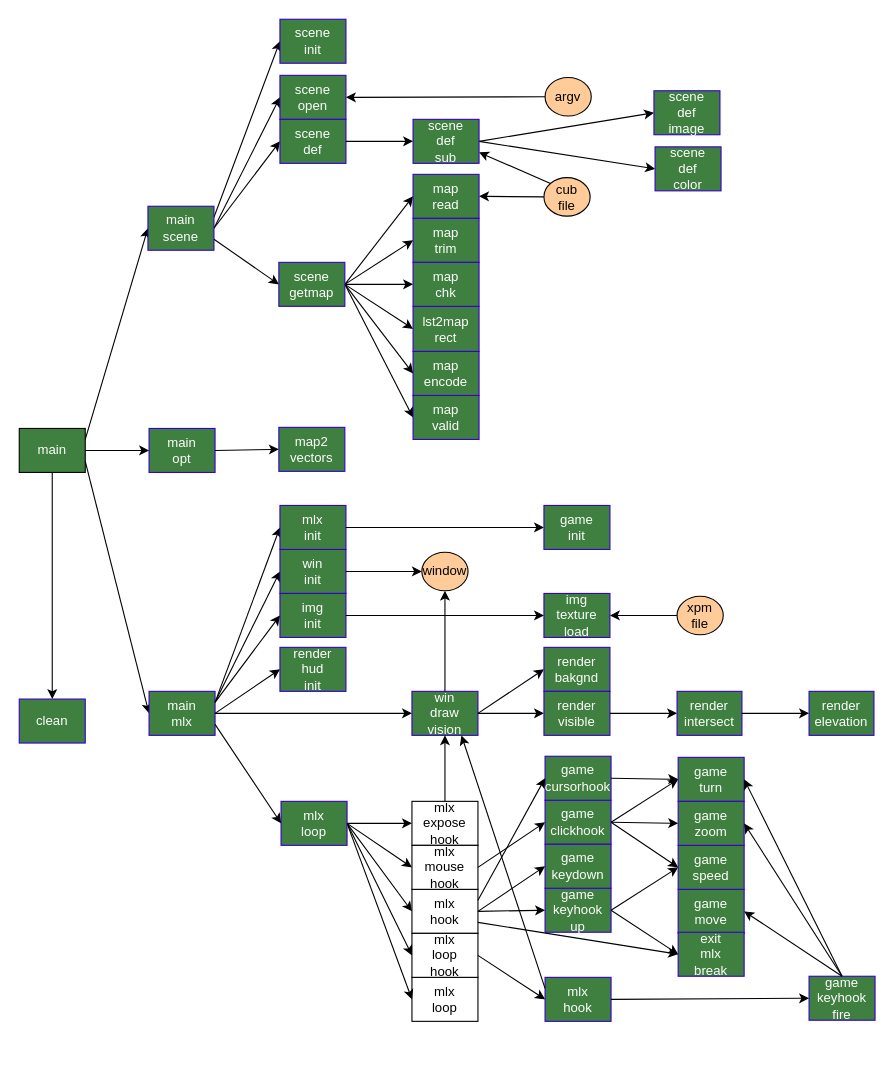
yunixuma/raycaster keeps this draw.io diagram as flow_cub3d.drawio. Above is the earlier version. Source tidied: cells renumbered, new cells numbered last; positions are measured from the earlier drawing's top-left corner, leaving out a move shared by most shapes. Both pictures are drawn from the tidied source at 110%, with x=0, y=0 at pixel (19, 19).
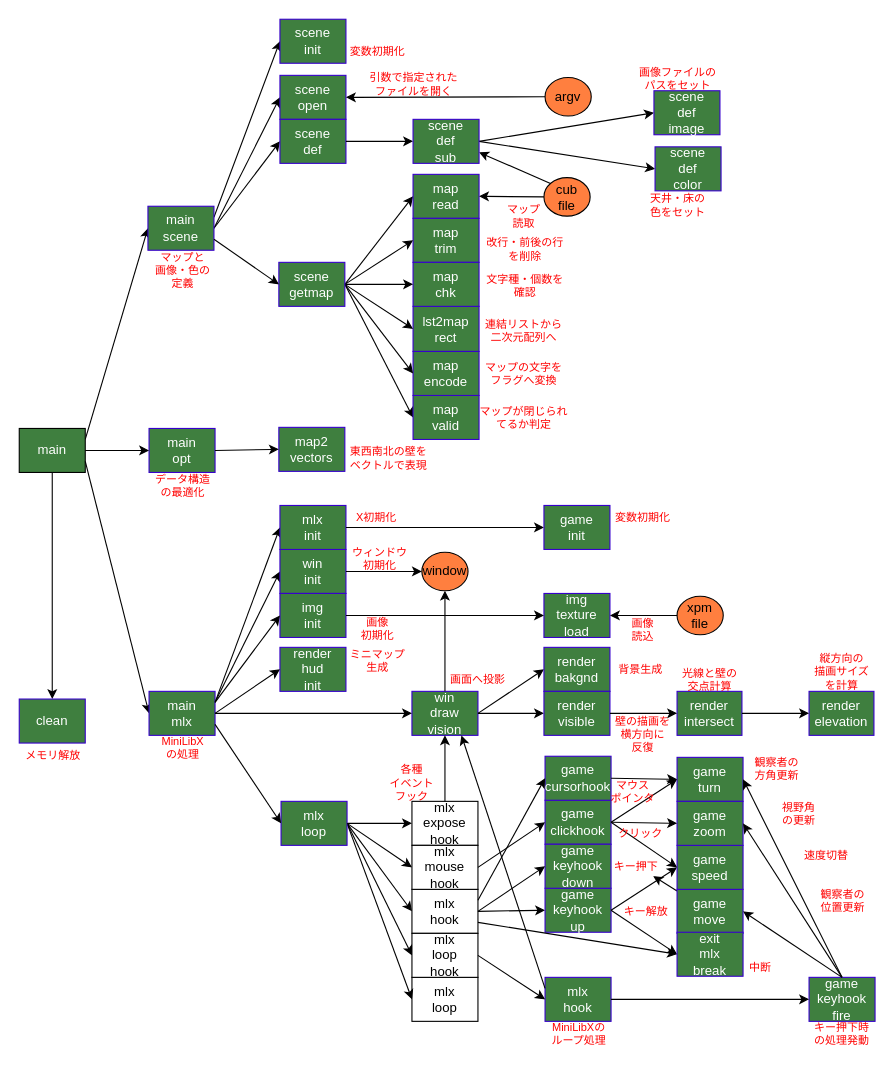
The same diagram, later.

Diff of the diagram source:
```diff
@@
-    <mxCell id="18" value="argv" style="ellipse;whiteSpace=wrap;html=1;fillColor=#FFCC99;" parent="1" vertex="1">
+    <mxCell id="18" value="argv" style="ellipse;whiteSpace=wrap;html=1;fillColor=#FF7F3F;" parent="1" vertex="1">
       <mxGeometry x="478" y="53" width="42" height="35" as="geometry" />
     </mxCell>
@@
-    <mxCell id="45" value="window" style="ellipse;whiteSpace=wrap;html=1;fillColor=#FFCC99;" parent="1" vertex="1">
+    <mxCell id="45" value="window" style="ellipse;whiteSpace=wrap;html=1;fillColor=#FF7F3F;" parent="1" vertex="1">
       <mxGeometry x="366" y="484.5" width="42" height="35" as="geometry" />
     </mxCell>
@@
+    <mxCell id="112" style="edgeStyle=none;html=1;" parent="1" edge="1" source="59" target="144">
+      <mxGeometry relative="1" as="geometry" />
+    </mxCell>
     <mxCell id="59" value="game&lt;br&gt;move" style="rounded=0;whiteSpace=wrap;html=1;fillColor=#3F7F3F;fontColor=#ffffff;strokeColor=#3700CC;" parent="1" vertex="1">
-      <mxGeometry x="599" y="791" width="60" height="40" as="geometry" />
+      <mxGeometry x="598" y="791" width="60" height="40" as="geometry" />
     </mxCell>
@@
     <mxCell id="61" value="exit&lt;br&gt;mlx&lt;br&gt;break" style="rounded=0;whiteSpace=wrap;html=1;fillColor=#3F7F3F;fontColor=#ffffff;strokeColor=#3700CC;" parent="1" vertex="1">
-      <mxGeometry x="599" y="830" width="60" height="40" as="geometry" />
+      <mxGeometry x="598" y="830" width="60" height="40" as="geometry" />
     </mxCell>
@@
     <mxCell id="66" value="game&lt;br&gt;turn" style="rounded=0;whiteSpace=wrap;html=1;fillColor=#3F7F3F;fontColor=#ffffff;strokeColor=#3700CC;" parent="1" vertex="1">
-      <mxGeometry x="599" y="671" width="60" height="40" as="geometry" />
+      <mxGeometry x="598" y="671" width="60" height="40" as="geometry" />
     </mxCell>
@@
-    <mxCell id="68" value="cub&lt;br&gt;file" style="ellipse;whiteSpace=wrap;html=1;fillColor=#FFCC99;" parent="1" vertex="1">
+    <mxCell id="68" value="cub&lt;br&gt;file" style="ellipse;whiteSpace=wrap;html=1;fillColor=#FF7F3F;" parent="1" vertex="1">
       <mxGeometry x="477" y="144" width="42" height="35" as="geometry" />
     </mxCell>
@@
-    <mxCell id="73" value="xpm&lt;br&gt;file" style="ellipse;whiteSpace=wrap;html=1;fillColor=#FFCC99;" parent="1" vertex="1">
+    <mxCell id="73" value="xpm&lt;br&gt;file" style="ellipse;whiteSpace=wrap;html=1;fillColor=#FF7F3F&#10;;" parent="1" vertex="1">
       <mxGeometry x="598" y="524.5" width="42" height="35" as="geometry" />
     </mxCell>
@@
     <mxCell id="94" value="game&lt;br&gt;keyhook&lt;br&gt;fire" style="rounded=0;whiteSpace=wrap;html=1;fillColor=#3F7F3F;fontColor=#ffffff;strokeColor=#3700CC;" parent="1" vertex="1">
-      <mxGeometry x="718" y="870" width="60" height="40" as="geometry" />
+      <mxGeometry x="718" y="871" width="60" height="40" as="geometry" />
     </mxCell>
     <mxCell id="95" value="game&lt;br&gt;speed" style="rounded=0;whiteSpace=wrap;html=1;fillColor=#3F7F3F;fontColor=#ffffff;strokeColor=#3700CC;" parent="1" vertex="1">
-      <mxGeometry x="599" y="751" width="60" height="40" as="geometry" />
+      <mxGeometry x="598" y="751" width="60" height="40" as="geometry" />
     </mxCell>
     <mxCell id="96" value="game&lt;br&gt;zoom" style="rounded=0;whiteSpace=wrap;html=1;fillColor=#3F7F3F;fontColor=#ffffff;strokeColor=#3700CC;" parent="1" vertex="1">
-      <mxGeometry x="599" y="711" width="60" height="40" as="geometry" />
+      <mxGeometry x="598" y="711" width="60" height="40" as="geometry" />
     </mxCell>
@@
-    <mxCell id="101" value="game&lt;br&gt;keydown" style="rounded=0;whiteSpace=wrap;html=1;fillColor=#3F7F3F;fontColor=#ffffff;strokeColor=#3700CC;" parent="1" vertex="1">
+    <mxCell id="101" value="game&lt;br&gt;keyhook&lt;br&gt;down" style="rounded=0;whiteSpace=wrap;html=1;fillColor=#3F7F3F;fontColor=#ffffff;strokeColor=#3700CC;" parent="1" vertex="1">
       <mxGeometry x="478" y="750" width="60" height="40" as="geometry" />
     </mxCell>
@@
+    <mxCell id="113" value="変数初期化" style="rounded=0;whiteSpace=wrap;html=1;fillColor=none;strokeColor=none;fontSize=10;fontColor=#FF0000;" parent="1" vertex="1">
+      <mxGeometry x="296" y="18" width="60" height="22" as="geometry" />
+    </mxCell>
+    <mxCell id="114" value="引数で指定された&lt;br&gt;ファイルを開く" style="rounded=0;whiteSpace=wrap;html=1;fillColor=none;strokeColor=none;fontSize=10;fontColor=#FF0000;" parent="1" vertex="1">
+      <mxGeometry x="318" y="48" width="82" height="22" as="geometry" />
+    </mxCell>
+    <mxCell id="115" value="画像ファイルの&lt;br&gt;パスをセット" style="rounded=0;whiteSpace=wrap;html=1;fillColor=none;strokeColor=none;fontSize=10;fontColor=#FF0000;" parent="1" vertex="1">
+      <mxGeometry x="558" y="43" width="82" height="22" as="geometry" />
+    </mxCell>
+    <mxCell id="116" value="天井・床の&lt;br&gt;色をセット" style="rounded=0;whiteSpace=wrap;html=1;fillColor=none;strokeColor=none;fontSize=10;fontColor=#FF0000;" parent="1" vertex="1">
+      <mxGeometry x="558" y="158" width="82" height="22" as="geometry" />
+    </mxCell>
+    <mxCell id="117" value="マップ&lt;br&gt;読取" style="rounded=0;whiteSpace=wrap;html=1;fillColor=none;strokeColor=none;fontSize=10;fontColor=#FF0000;" parent="1" vertex="1">
+      <mxGeometry x="418" y="168" width="82" height="22" as="geometry" />
+    </mxCell>
+    <mxCell id="118" value="改行・前後の行&lt;br&gt;を削除" style="rounded=0;whiteSpace=wrap;html=1;fillColor=none;strokeColor=none;fontSize=10;fontColor=#FF0000;" parent="1" vertex="1">
+      <mxGeometry x="419" y="198" width="82" height="22" as="geometry" />
+    </mxCell>
+    <mxCell id="119" value="文字種・個数を&lt;br&gt;確認" style="rounded=0;whiteSpace=wrap;html=1;fillColor=none;strokeColor=none;fontSize=10;fontColor=#FF0000;" parent="1" vertex="1">
+      <mxGeometry x="419" y="231" width="82" height="22" as="geometry" />
+    </mxCell>
+    <mxCell id="120" value="連結リストから&lt;br&gt;二次元配列へ" style="rounded=0;whiteSpace=wrap;html=1;fillColor=none;strokeColor=none;fontSize=10;fontColor=#FF0000;" parent="1" vertex="1">
+      <mxGeometry x="418" y="272" width="82" height="22" as="geometry" />
+    </mxCell>
+    <mxCell id="121" value="マップの文字を&lt;br&gt;フラグへ変換" style="rounded=0;whiteSpace=wrap;html=1;fillColor=none;strokeColor=none;fontSize=10;fontColor=#FF0000;" parent="1" vertex="1">
+      <mxGeometry x="418" y="311" width="82" height="22" as="geometry" />
+    </mxCell>
+    <mxCell id="122" value="マップが閉じられてるか判定" style="rounded=0;whiteSpace=wrap;html=1;fillColor=none;strokeColor=none;fontSize=10;fontColor=#FF0000;" parent="1" vertex="1">
+      <mxGeometry x="418" y="351" width="82" height="22" as="geometry" />
+    </mxCell>
+    <mxCell id="123" value="東西南北の壁を&lt;br&gt;ベクトルで表現" style="rounded=0;whiteSpace=wrap;html=1;fillColor=none;strokeColor=none;fontSize=10;fontColor=#FF0000;" parent="1" vertex="1">
+      <mxGeometry x="295" y="388" width="82" height="22" as="geometry" />
+    </mxCell>
+    <mxCell id="124" value="X初期化" style="rounded=0;whiteSpace=wrap;html=1;fillColor=none;strokeColor=none;fontSize=10;fontColor=#FF0000;" parent="1" vertex="1">
+      <mxGeometry x="295" y="442" width="60" height="22" as="geometry" />
+    </mxCell>
+    <mxCell id="125" value="変数初期化" style="rounded=0;whiteSpace=wrap;html=1;fillColor=none;strokeColor=none;fontSize=10;fontColor=#FF0000;" parent="1" vertex="1">
+      <mxGeometry x="537" y="442" width="60" height="22" as="geometry" />
+    </mxCell>
+    <mxCell id="126" value="ウィンドウ&lt;br&gt;初期化" style="rounded=0;whiteSpace=wrap;html=1;fillColor=none;strokeColor=none;fontSize=10;fontColor=#FF0000;" parent="1" vertex="1">
+      <mxGeometry x="298" y="479" width="60" height="22" as="geometry" />
+    </mxCell>
+    <mxCell id="127" value="画像&lt;br&gt;初期化" style="rounded=0;whiteSpace=wrap;html=1;fillColor=none;strokeColor=none;fontSize=10;fontColor=#FF0000;" parent="1" vertex="1">
+      <mxGeometry x="296" y="543" width="60" height="22" as="geometry" />
+    </mxCell>
+    <mxCell id="128" value="画像&lt;br&gt;読込" style="rounded=0;whiteSpace=wrap;html=1;fillColor=none;strokeColor=none;fontSize=10;fontColor=#FF0000;" parent="1" vertex="1">
+      <mxGeometry x="537" y="544" width="60" height="22" as="geometry" />
+    </mxCell>
+    <mxCell id="129" value="画面へ投影" style="rounded=0;whiteSpace=wrap;html=1;fillColor=none;strokeColor=none;fontSize=10;fontColor=#FF0000;" parent="1" vertex="1">
+      <mxGeometry x="387" y="589" width="60" height="22" as="geometry" />
+    </mxCell>
+    <mxCell id="130" value="ミニマップ&lt;br&gt;生成" style="rounded=0;whiteSpace=wrap;html=1;fillColor=none;strokeColor=none;fontSize=10;fontColor=#FF0000;" parent="1" vertex="1">
+      <mxGeometry x="296" y="572" width="60" height="22" as="geometry" />
+    </mxCell>
+    <mxCell id="131" value="背景生成" style="rounded=0;whiteSpace=wrap;html=1;fillColor=none;strokeColor=none;fontSize=10;fontColor=#FF0000;" parent="1" vertex="1">
+      <mxGeometry x="535" y="580" width="60" height="22" as="geometry" />
+    </mxCell>
+    <mxCell id="132" value="光線と壁の&lt;br&gt;交点計算" style="rounded=0;whiteSpace=wrap;html=1;fillColor=none;strokeColor=none;fontSize=10;fontColor=#FF0000;" parent="1" vertex="1">
+      <mxGeometry x="598" y="590" width="60" height="19" as="geometry" />
+    </mxCell>
+    <mxCell id="133" value="縦方向の&lt;br&gt;描画サイズ&lt;br&gt;を計算" style="rounded=0;whiteSpace=wrap;html=1;fillColor=none;strokeColor=none;fontSize=10;fontColor=#FF0000;" parent="1" vertex="1">
+      <mxGeometry x="718" y="582" width="60" height="22" as="geometry" />
+    </mxCell>
+    <mxCell id="134" value="壁の描画を&lt;br&gt;横方向に&lt;br&gt;反復" style="rounded=0;whiteSpace=wrap;html=1;fillColor=none;strokeColor=none;fontSize=10;fontColor=#FF0000;" parent="1" vertex="1">
+      <mxGeometry x="537" y="639" width="60" height="22" as="geometry" />
+    </mxCell>
+    <mxCell id="135" value="MiniLibXの&lt;br&gt;ループ処理" style="rounded=0;whiteSpace=wrap;html=1;fillColor=none;strokeColor=none;fontSize=10;fontColor=#FF0000;" parent="1" vertex="1">
+      <mxGeometry x="479" y="912" width="60" height="19" as="geometry" />
+    </mxCell>
+    <mxCell id="136" value="中断" style="rounded=0;whiteSpace=wrap;html=1;fillColor=none;strokeColor=none;fontSize=10;fontColor=#FF0000;" parent="1" vertex="1">
+      <mxGeometry x="644" y="852" width="60" height="19" as="geometry" />
+    </mxCell>
+    <mxCell id="137" value="キー押下時&lt;br&gt;の処理発動&lt;br&gt;" style="rounded=0;whiteSpace=wrap;html=1;fillColor=none;strokeColor=none;fontSize=10;fontColor=#FF0000;" parent="1" vertex="1">
+      <mxGeometry x="717.5" y="912" width="60" height="19" as="geometry" />
+    </mxCell>
+    <mxCell id="138" value="観察者の&lt;br&gt;方角更新" style="rounded=0;whiteSpace=wrap;html=1;fillColor=none;strokeColor=none;fontSize=10;fontColor=#FF0000;" parent="1" vertex="1">
+      <mxGeometry x="659" y="671" width="60" height="19" as="geometry" />
+    </mxCell>
+    <mxCell id="139" value="視野角&lt;br&gt;の更新" style="rounded=0;whiteSpace=wrap;html=1;fillColor=none;strokeColor=none;fontSize=10;fontColor=#FF0000;" parent="1" vertex="1">
+      <mxGeometry x="679" y="712" width="60" height="19" as="geometry" />
+    </mxCell>
+    <mxCell id="140" value="速度切替" style="rounded=0;whiteSpace=wrap;html=1;fillColor=none;strokeColor=none;fontSize=10;fontColor=#FF0000;" parent="1" vertex="1">
+      <mxGeometry x="704" y="750" width="60" height="19" as="geometry" />
+    </mxCell>
+    <mxCell id="141" value="観察者の&lt;br&gt;位置更新" style="rounded=0;whiteSpace=wrap;html=1;fillColor=none;strokeColor=none;fontSize=10;fontColor=#FF0000;" parent="1" vertex="1">
+      <mxGeometry x="719" y="791" width="60" height="19" as="geometry" />
+    </mxCell>
+    <mxCell id="142" value="マウス&lt;br&gt;ポインタ" style="rounded=0;whiteSpace=wrap;html=1;fillColor=none;strokeColor=none;fontSize=10;fontColor=#FF0000;" parent="1" vertex="1">
+      <mxGeometry x="528" y="692" width="60" height="19" as="geometry" />
+    </mxCell>
+    <mxCell id="143" value="クリック" style="rounded=0;whiteSpace=wrap;html=1;fillColor=none;strokeColor=none;fontSize=10;fontColor=#FF0000;" parent="1" vertex="1">
+      <mxGeometry x="535" y="730" width="60" height="19" as="geometry" />
+    </mxCell>
+    <mxCell id="144" value="キー押下" style="rounded=0;whiteSpace=wrap;html=1;fillColor=none;strokeColor=none;fontSize=10;fontColor=#FF0000;" parent="1" vertex="1">
+      <mxGeometry x="531" y="760" width="60" height="19" as="geometry" />
+    </mxCell>
+    <mxCell id="145" value="キー解放" style="rounded=0;whiteSpace=wrap;html=1;fillColor=none;strokeColor=none;fontSize=10;fontColor=#FF0000;" parent="1" vertex="1">
+      <mxGeometry x="540" y="801" width="60" height="19" as="geometry" />
+    </mxCell>
+    <mxCell id="146" value="各種&lt;br&gt;イベント&lt;br&gt;フック" style="rounded=0;whiteSpace=wrap;html=1;fillColor=none;strokeColor=none;fontSize=10;fontColor=#FF0000;" parent="1" vertex="1">
+      <mxGeometry x="327" y="684" width="60" height="19" as="geometry" />
+    </mxCell>
+    <mxCell id="147" value="MiniLibX&lt;br&gt;の処理" style="rounded=0;whiteSpace=wrap;html=1;fillColor=none;strokeColor=none;fontSize=10;fontColor=#FF0000;" parent="1" vertex="1">
+      <mxGeometry x="119" y="651" width="60" height="22" as="geometry" />
+    </mxCell>
+    <mxCell id="148" value="データ構造の最適化" style="rounded=0;whiteSpace=wrap;html=1;fillColor=none;strokeColor=none;fontSize=10;fontColor=#FF0000;" parent="1" vertex="1">
+      <mxGeometry x="119" y="413" width="60" height="22" as="geometry" />
+    </mxCell>
+    <mxCell id="149" value="マップと&lt;br&gt;画像・色の&lt;br&gt;定義" style="rounded=0;whiteSpace=wrap;html=1;fillColor=none;strokeColor=none;fontSize=10;fontColor=#FF0000;" parent="1" vertex="1">
+      <mxGeometry x="119" y="217" width="60" height="22" as="geometry" />
+    </mxCell>
+    <mxCell id="150" value="メモリ解放" style="rounded=0;whiteSpace=wrap;html=1;fillColor=none;strokeColor=none;fontSize=10;fontColor=#FF0000;" parent="1" vertex="1">
+      <mxGeometry x="1" y="658" width="60" height="22" as="geometry" />
+    </mxCell>
```
